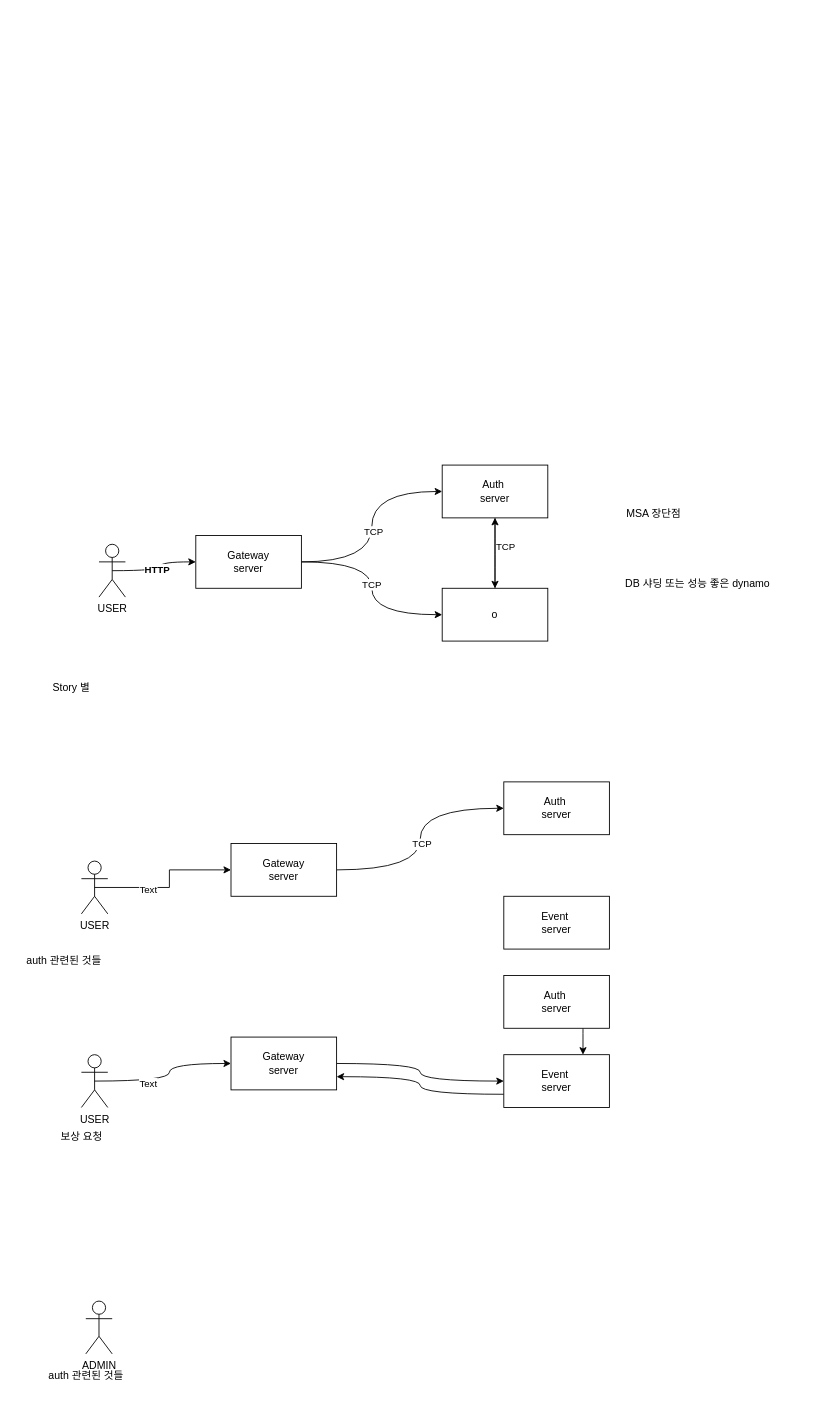
thursdaycurry/nestjs-msa-eventEngine keeps this draw.io diagram as page "architecture" (2 of 5) of documents/diagram/diagram.drawio. Above is the earlier version. Source tidied: cells renumbered, new cells numbered last; positions are measured from the earlier drawing's top-left corner, leaving out a move shared by most shapes. Both pictures are drawn from the tidied source at 88%, with x=0, y=0 at pixel (15, 465).
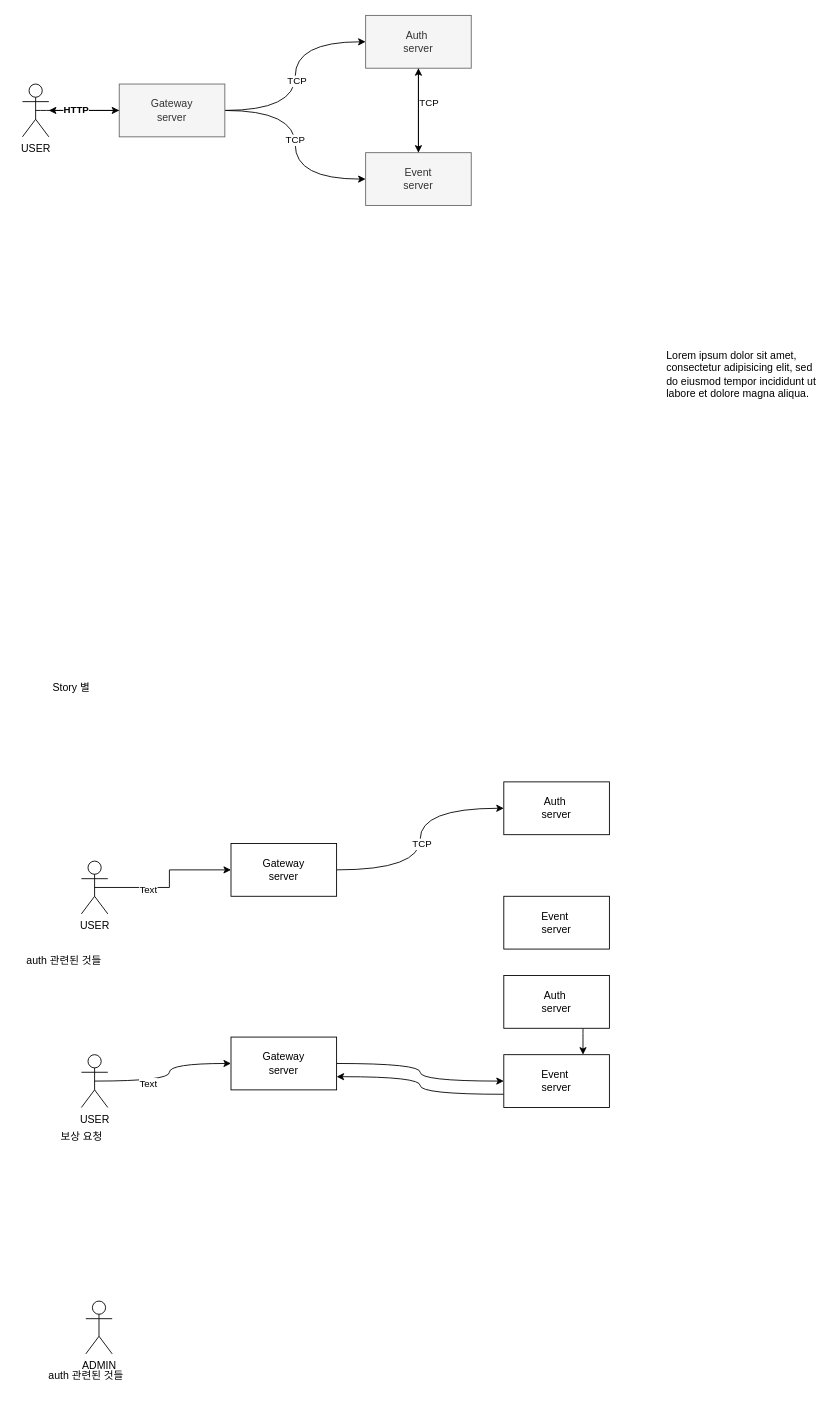
Above is the later version.

Diff of the diagram source:
```diff
@@
-    <mxCell id="13" value="Auth&amp;nbsp;&lt;div&gt;server&lt;/div&gt;" style="rounded=0;whiteSpace=wrap;html=1;" parent="1" vertex="1">
-      <mxGeometry x="485" width="120" height="60" as="geometry" />
+    <mxCell id="13" value="Auth&amp;nbsp;&lt;div&gt;server&lt;/div&gt;" style="rounded=0;whiteSpace=wrap;html=1;fillColor=#f5f5f5;strokeColor=#666666;fontColor=#333333;" parent="1" vertex="1">
+      <mxGeometry x="398" y="-511" width="120" height="60" as="geometry" />
     </mxCell>
@@
-    <mxCell id="16" value="o" style="rounded=0;whiteSpace=wrap;html=1;" parent="1" vertex="1">
-      <mxGeometry x="485" y="140" width="120" height="60" as="geometry" />
+    <mxCell id="16" value="Event&lt;div&gt;server&lt;/div&gt;" style="rounded=0;whiteSpace=wrap;html=1;fillColor=#f5f5f5;strokeColor=#666666;fontColor=#333333;" parent="1" vertex="1">
+      <mxGeometry x="398" y="-355" width="120" height="60" as="geometry" />
     </mxCell>
-    <mxCell id="17" style="edgeStyle=orthogonalEdgeStyle;curved=1;rounded=0;jettySize=auto;html=1;exitX=1;exitY=0.5;exitDx=0;exitDy=0;entryX=0;entryY=0.5;entryDx=0;entryDy=0;" parent="1" edge="1" source="21" target="13">
+    <mxCell id="17" style="edgeStyle=orthogonalEdgeStyle;curved=1;rounded=0;jettySize=auto;html=1;entryX=0;entryY=0.5;entryDx=0;entryDy=0;" parent="1" edge="1" source="21" target="13">
       <mxGeometry relative="1" as="geometry" />
     </mxCell>
@@
+    <mxCell id="39" style="edgeStyle=orthogonalEdgeStyle;curved=1;rounded=0;jettySize=auto;html=1;exitX=0;exitY=0.5;exitDx=0;exitDy=0;" parent="1" edge="1" source="21" target="36">
+      <mxGeometry relative="1" as="geometry" />
+    </mxCell>
-    <mxCell id="21" value="Gateway&lt;div&gt;server&lt;/div&gt;" style="rounded=0;whiteSpace=wrap;html=1;" parent="1" vertex="1">
-      <mxGeometry x="205" y="80" width="120" height="60" as="geometry" />
+    <mxCell id="21" value="Gateway&lt;div&gt;server&lt;/div&gt;" style="rounded=0;whiteSpace=wrap;html=1;fillColor=#f5f5f5;strokeColor=#666666;fontColor=#333333;" parent="1" vertex="1">
+      <mxGeometry x="118" y="-433" width="120" height="60" as="geometry" />
     </mxCell>
@@
     <mxCell id="36" value="USER" style="shape=umlActor;verticalLabelPosition=bottom;verticalAlign=top;html=1;outlineConnect=0;" parent="1" vertex="1">
-      <mxGeometry x="95" y="90" width="30" height="60" as="geometry" />
+      <mxGeometry x="8" y="-433" width="30" height="60" as="geometry" />
     </mxCell>
-    <mxCell id="37" value="MSA 장단점" style="text;html=1;align=center;verticalAlign=middle;strokeColor=none;fillColor=none;" parent="1" vertex="1">
-      <mxGeometry x="685" y="40" width="80" height="30" as="geometry" />
-    </mxCell>
-    <mxCell id="38" value="DB 샤딩 또는 성능&amp;nbsp;&lt;span style=&quot;background-color: transparent; color: light-dark(rgb(0, 0, 0), rgb(255, 255, 255));&quot;&gt;좋은 dynamo&lt;/span&gt;" style="text;html=1;align=center;verticalAlign=middle;strokeColor=none;fillColor=none;" parent="1" vertex="1">
-      <mxGeometry x="685" y="120" width="180" height="30" as="geometry" />
-    </mxCell>
+    <mxCell id="40" value="&lt;h1 style=&quot;margin-top: 0px;&quot;&gt;&lt;br&gt;&lt;/h1&gt;&lt;p&gt;Lorem ipsum dolor sit amet, consectetur adipisicing elit, sed do eiusmod tempor incididunt ut labore et dolore magna aliqua.&lt;/p&gt;" style="text;html=1;whiteSpace=wrap;overflow=hidden;rounded=0;" parent="1" vertex="1">
+      <mxGeometry x="738" y="-183" width="180" height="120" as="geometry" />
+    </mxCell>
```
